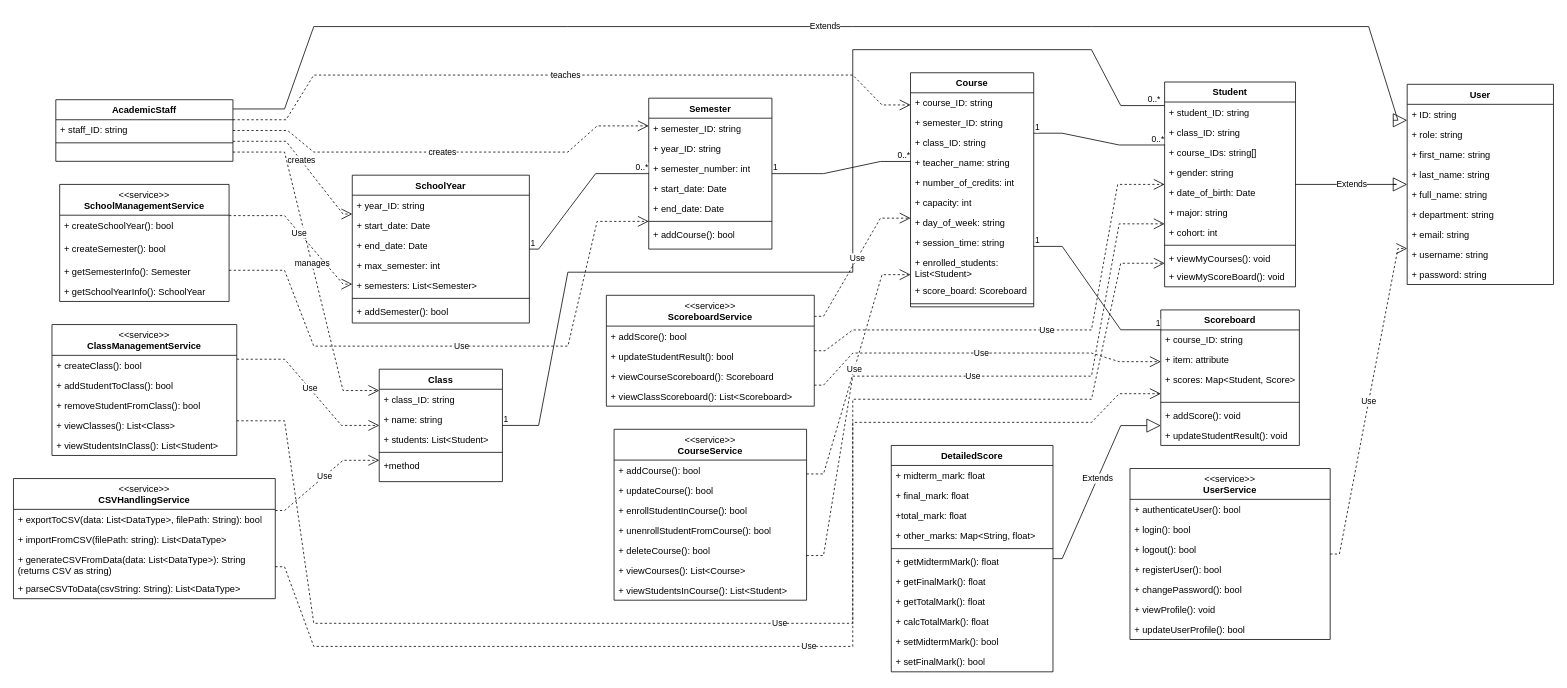
This is docs/Class.drawio from HCMUS-CSC10002-Group-Project/Course-Management-System, a draw.io file, before an edit. Source tidied: cells renumbered, new cells numbered last; positions are measured from the earlier drawing's top-left corner, leaving out a move shared by most shapes. Both pictures are drawn from the tidied source at 77%, with x=0, y=0 at pixel (13, 26).
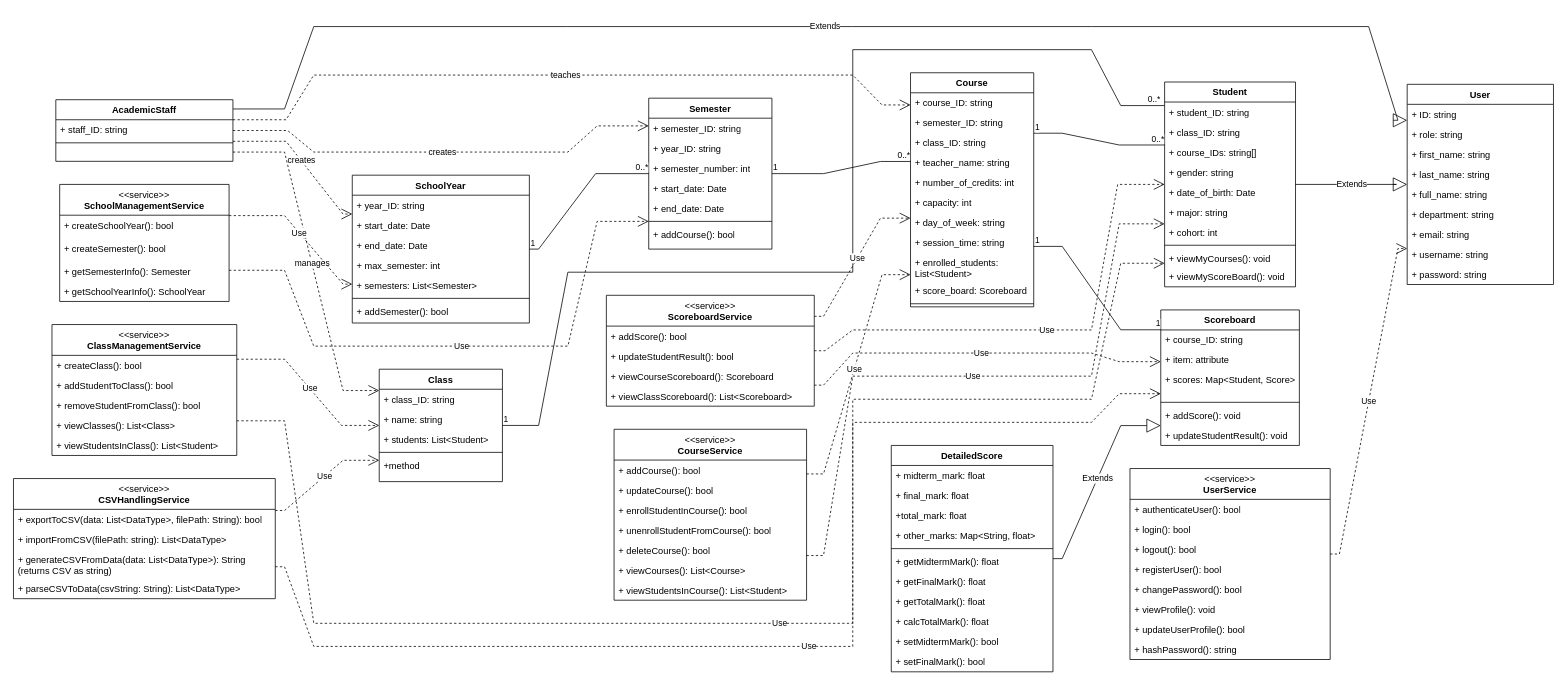
After the change.

Commit message:
CMS-30 feat(docs): added hashPassword() method in userService

Change to the diagram source:
```diff
@@
     <mxCell id="98" value="&lt;span style=&quot;font-weight: normal;&quot;&gt;&amp;lt;&amp;lt;service&amp;gt;&amp;gt;&lt;br&gt;&lt;b&gt;UserService&lt;br&gt;&lt;/b&gt;&lt;/span&gt;" style="swimlane;fontStyle=1;align=center;verticalAlign=top;horizontal=1;startSize=40;whiteSpace=wrap;html=1;" parent="1" vertex="1">
-      <mxGeometry x="1450" y="574" width="260" height="222" as="geometry" />
+      <mxGeometry x="1450" y="574" width="260" height="248" as="geometry" />
     </mxCell>
@@
+    <mxCell id="150" value="+ hashPassword(): string" style="text;strokeColor=none;fillColor=none;align=left;verticalAlign=top;spacingLeft=4;spacingRight=4;overflow=hidden;" parent="98" vertex="1">
+      <mxGeometry y="222" width="260" height="26" as="geometry" />
+    </mxCell>
```
